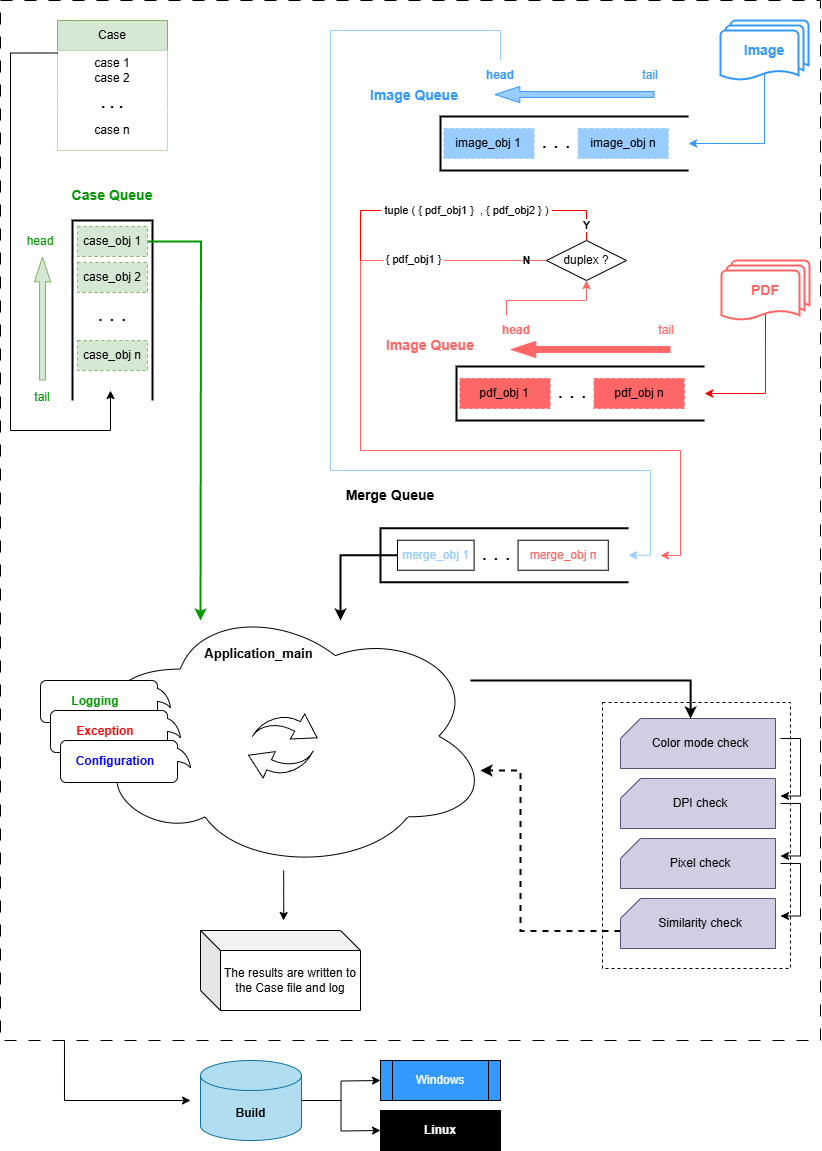
This is Hannto.drawio.png from M3Darren/Draw.io, a draw.io export, as it was before one commit. Source tidied: cells renumbered, new cells last; positions are measured from the earlier drawing's top-left corner, leaving out a move shared by most shapes.
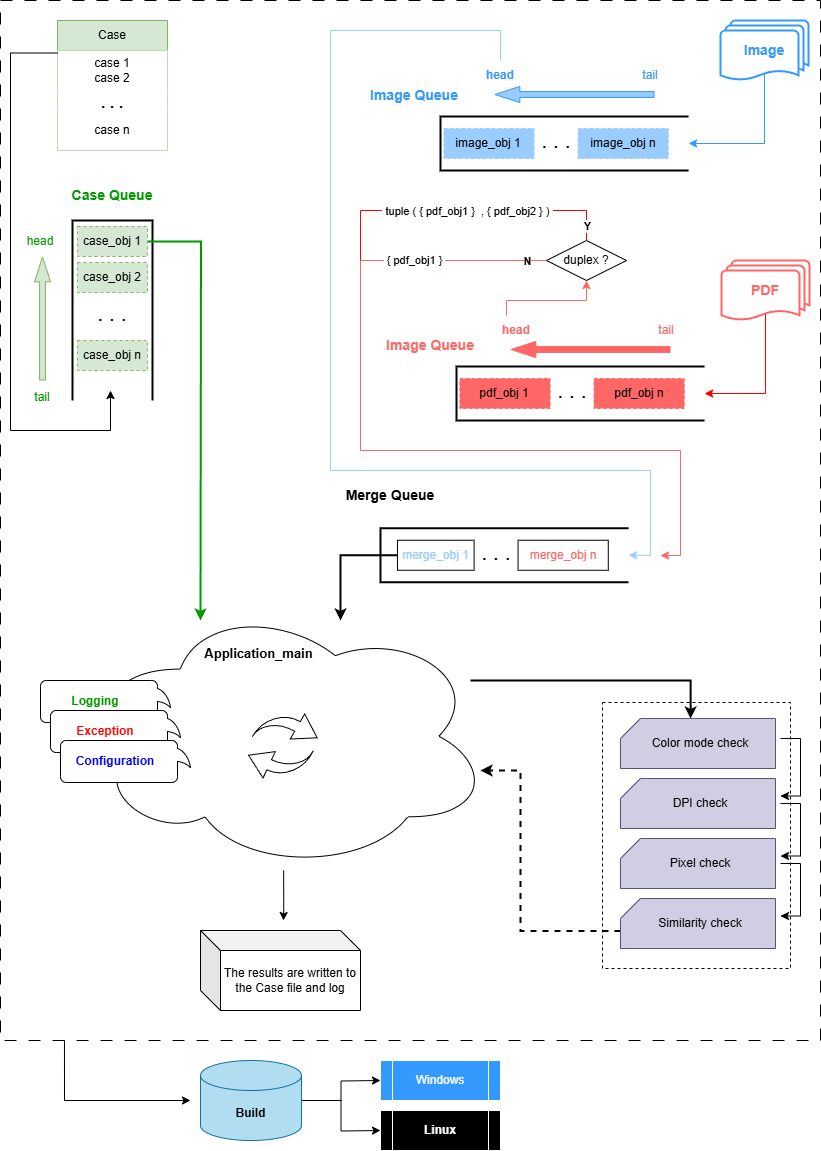
The same diagram one commit later.

What changed in the source:
```diff
@@ -410,10 +410,10 @@
     <mxCell id="102" value="&lt;b&gt;Build&lt;/b&gt;" style="shape=cylinder3;whiteSpace=wrap;html=1;boundedLbl=1;backgroundOutline=1;size=15;fillColor=#b1ddf0;strokeColor=#10739e;" parent="1" vertex="1">
       <mxGeometry x="200" y="1060" width="101" height="80" as="geometry" />
     </mxCell>
-    <mxCell id="103" value="&lt;font color=&quot;#ffffff&quot;&gt;Windows&lt;/font&gt;" style="shape=process;whiteSpace=wrap;html=1;backgroundOutline=1;fillColor=#3399FF;" parent="1" vertex="1">
+    <mxCell id="103" value="&lt;font color=&quot;#ffffff&quot;&gt;Windows&lt;/font&gt;" style="shape=process;whiteSpace=wrap;html=1;backgroundOutline=1;fillColor=#3399FF;strokeColor=#FFFFFF;" parent="1" vertex="1">
       <mxGeometry x="380" y="1060" width="120" height="40" as="geometry" />
     </mxCell>
-    <mxCell id="104" value="&lt;font color=&quot;#ffffff&quot;&gt;&lt;b&gt;Linux&lt;/b&gt;&lt;/font&gt;" style="shape=process;whiteSpace=wrap;html=1;backgroundOutline=1;fillColor=#000000;" parent="1" vertex="1">
+    <mxCell id="104" value="&lt;font color=&quot;#ffffff&quot;&gt;&lt;b&gt;Linux&lt;/b&gt;&lt;/font&gt;" style="shape=process;whiteSpace=wrap;html=1;backgroundOutline=1;fillColor=#000000;strokeColor=#FFFFFF;" parent="1" vertex="1">
       <mxGeometry x="380" y="1110" width="120" height="40" as="geometry" />
     </mxCell>
   </root>
```
